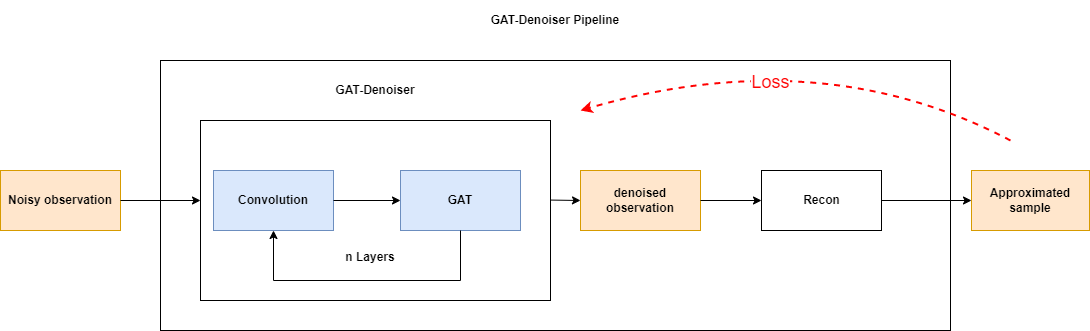
Before: documentation/ThesisPresentation/Figures/Overall_GAT-Denoiser_Pipeline.drawio.png, a diagram exported from draw.io (cedricmendelin/master-thesis). Source tidied: cells renumbered, new cells last; positions are measured from the earlier drawing's top-left corner, leaving out a move shared by most shapes.
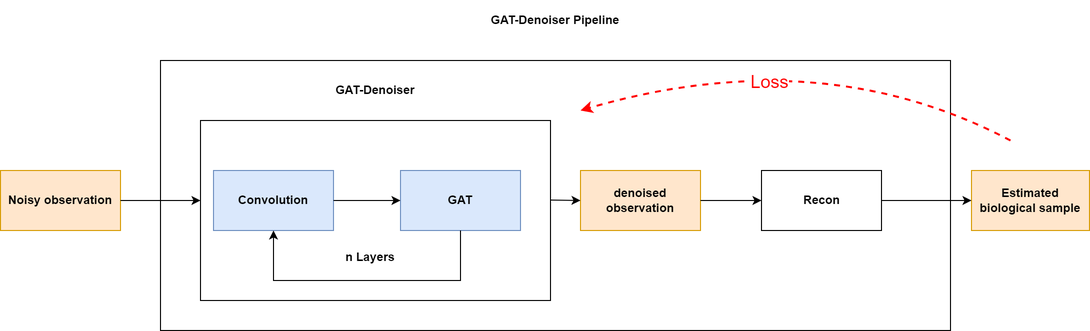
After the change.

The edit, as a diff of the source:
```diff
@@ -51,7 +51,7 @@
     <mxCell id="15" value="Recon" style="text;html=1;strokeColor=none;fillColor=none;align=center;verticalAlign=middle;whiteSpace=wrap;rounded=0;fontStyle=1;" parent="1" vertex="1">
       <mxGeometry x="773.5" y="190" width="95" height="20" as="geometry" />
     </mxCell>
-    <mxCell id="16" value="Approximated&lt;br&gt;sample" style="rounded=0;whiteSpace=wrap;html=1;fillColor=#ffe6cc;strokeColor=#d79b00;fontStyle=1;" parent="1" vertex="1">
+    <mxCell id="16" value="Estimated biological sample" style="rounded=0;whiteSpace=wrap;html=1;fillColor=#ffe6cc;strokeColor=#d79b00;fontStyle=1;" parent="1" vertex="1">
       <mxGeometry x="971" y="170" width="118" height="60" as="geometry" />
     </mxCell>
     <mxCell id="17" style="endArrow=classic;html=1;rounded=0;fontSize=16;entryX=0;entryY=0.5;entryDx=0;entryDy=0;exitX=1;exitY=0.5;exitDx=0;exitDy=0;fontStyle=1;" parent="1" edge="1" source="8" target="14">
```
